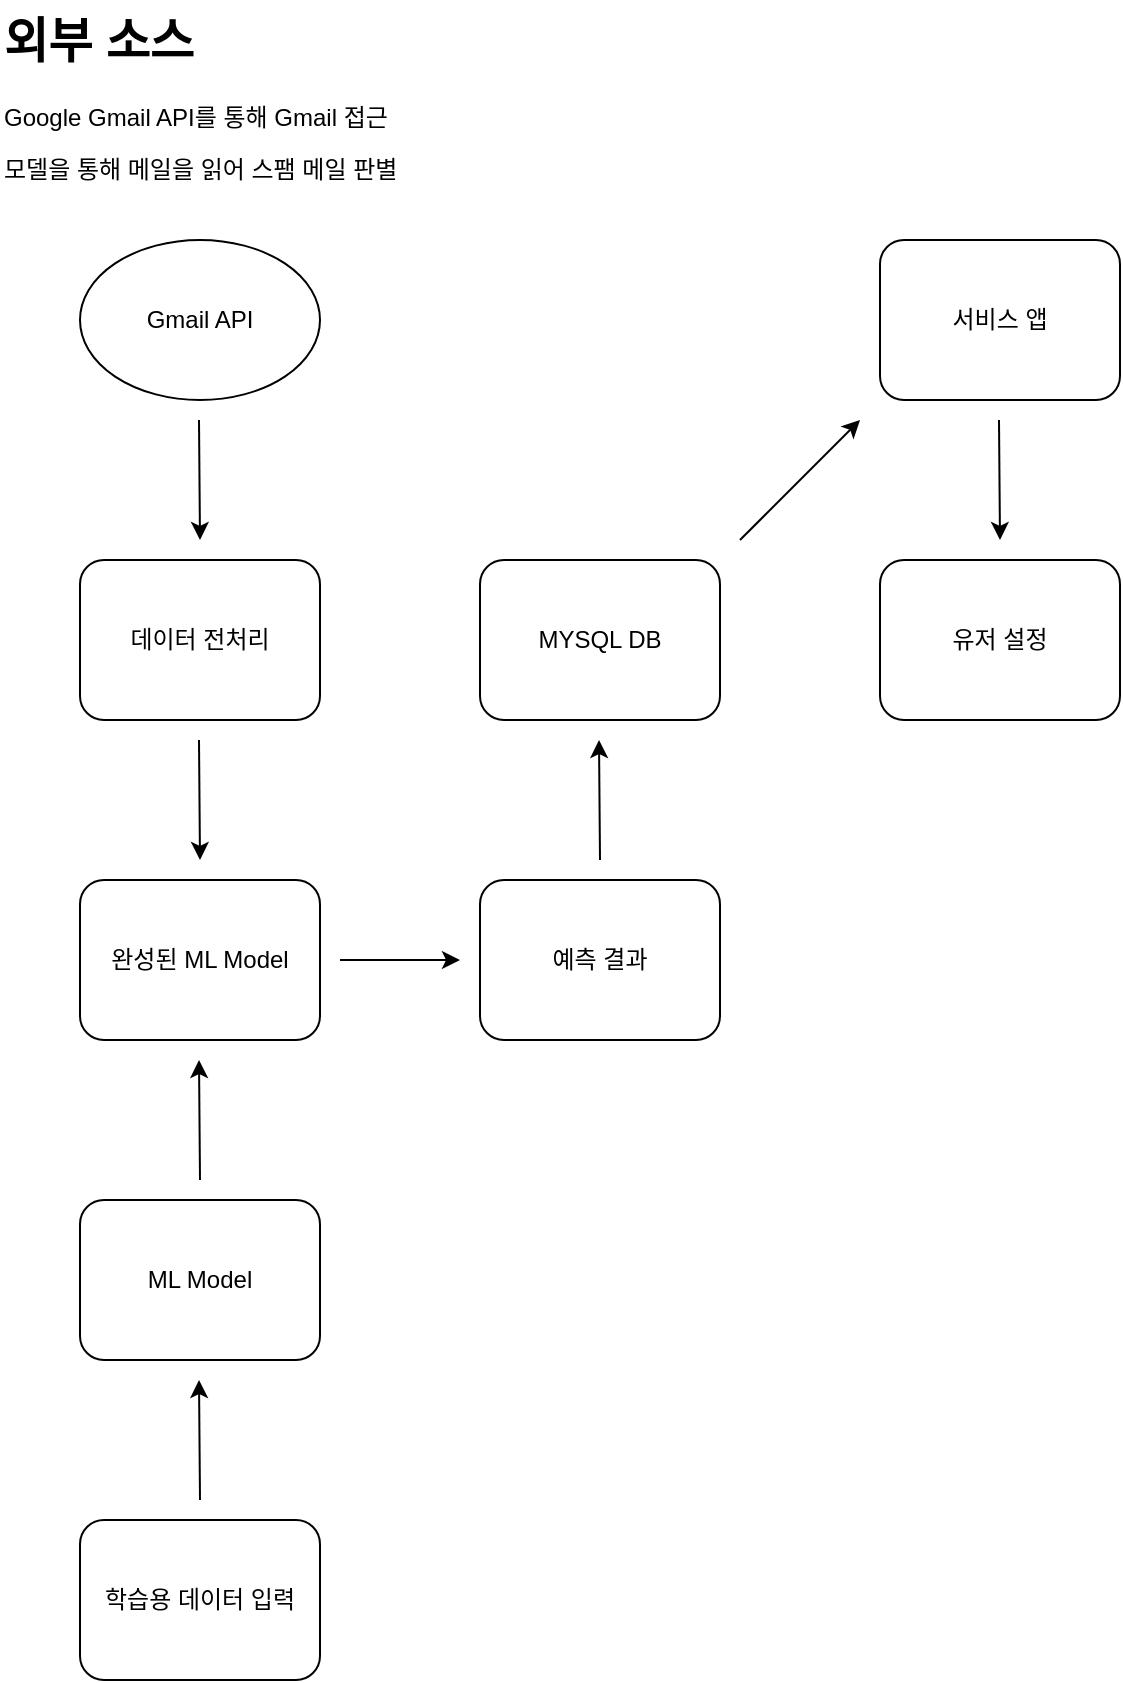
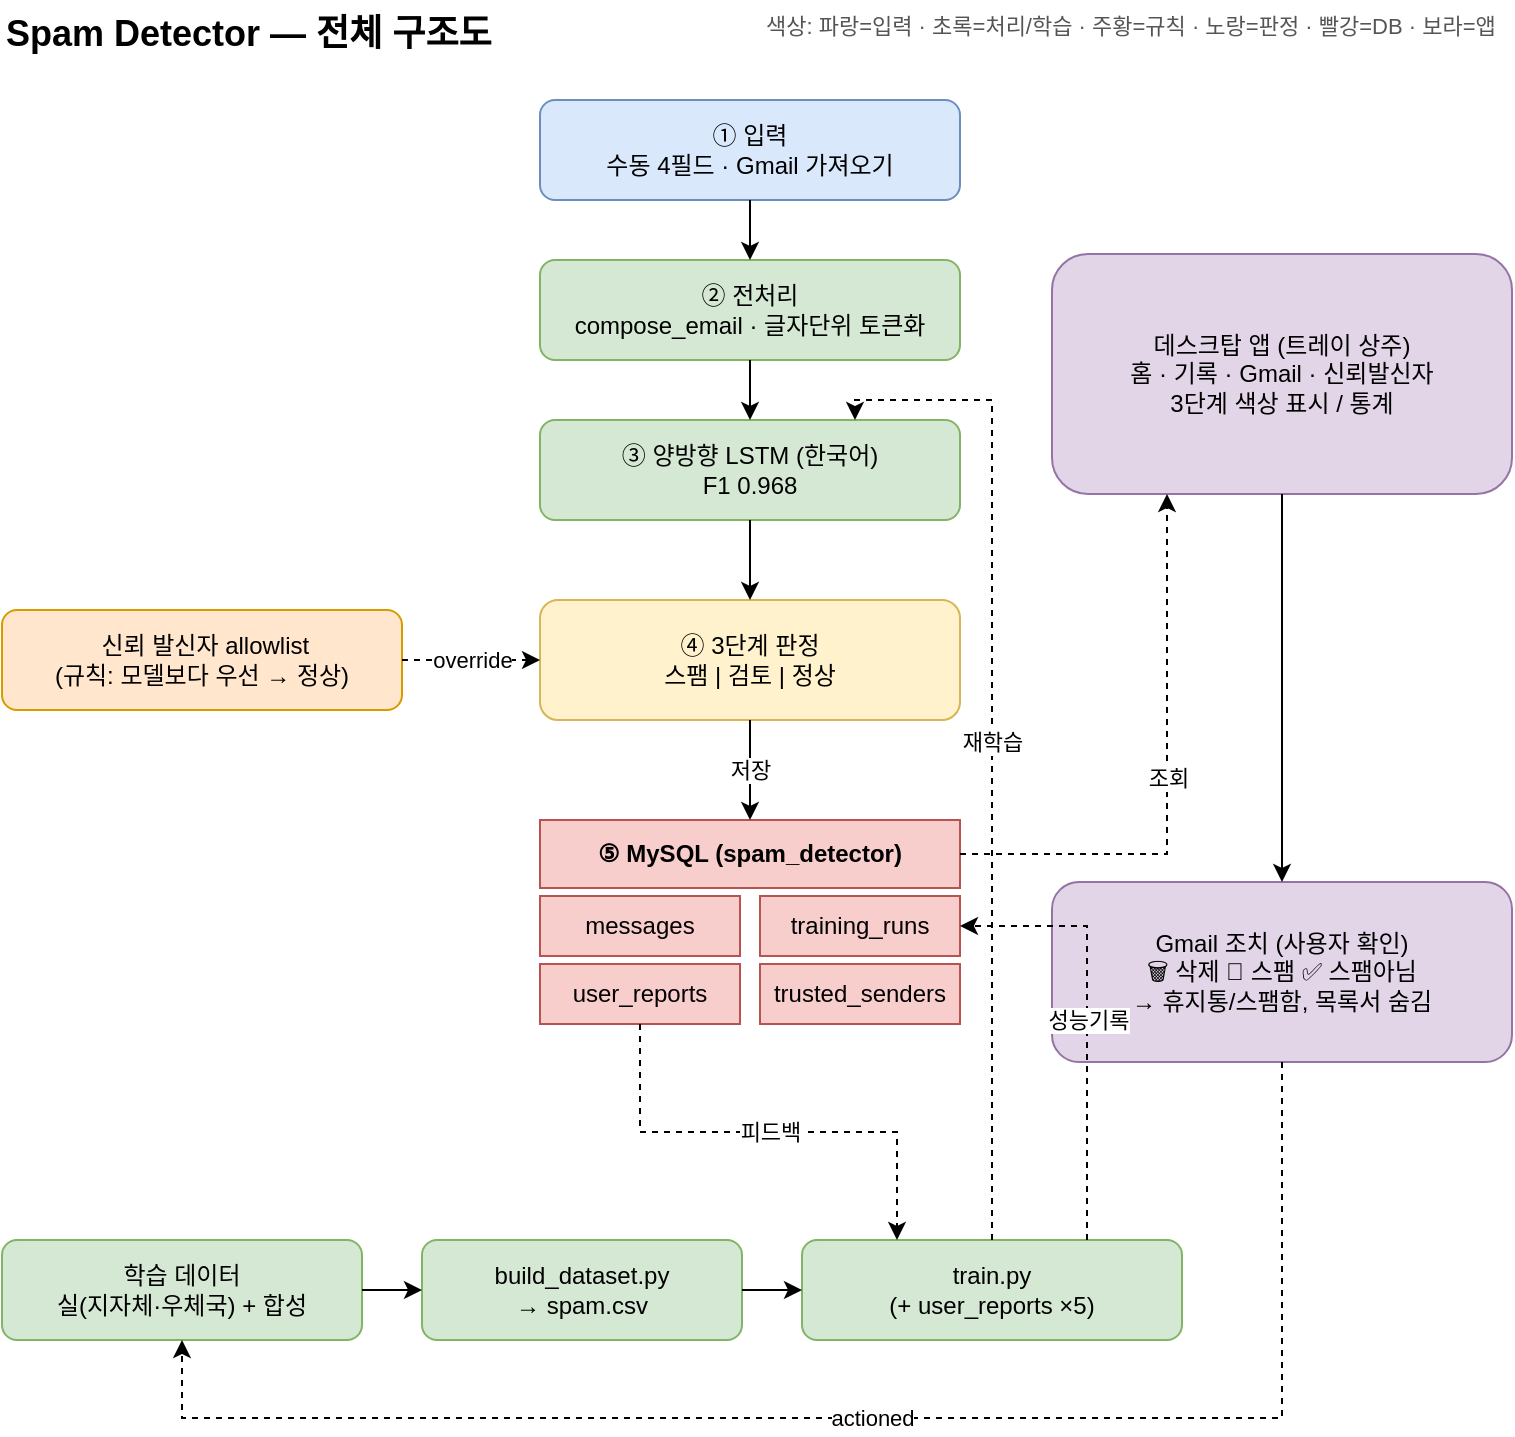
<mxfile host="app.diagrams.net">
-   <diagram name="페이지-1" id="yDhxoEpd2PvOGIBdKYYc">
-     <mxGraphModel dx="1542" dy="959" grid="1" gridSize="10" guides="1" tooltips="1" connect="1" arrows="1" fold="1" page="1" pageScale="1" pageWidth="827" pageHeight="1169" math="0" shadow="0">
+   <diagram name="전체 구조도(Planner)" id="arch_full_planner">
+     <mxGraphModel dx="1542" dy="959" grid="0" gridSize="10" guides="1" tooltips="1" connect="1" arrows="1" fold="1" page="1" pageScale="1" pageWidth="827" pageHeight="1169" math="0" shadow="0">
      <root>
        <mxCell id="0" />
        <mxCell id="1" parent="0" />
-         <mxCell id="jqrhiBhl4NZMeAQxvySw-12" parent="1" style="text;html=1;whiteSpace=wrap;overflow=hidden;rounded=0;" value="&lt;h1 style=&quot;margin-top: 0px;&quot;&gt;외부 소스&lt;/h1&gt;&lt;p&gt;Google Gmail API를 통해 Gmail 접근&amp;nbsp;&lt;br&gt;&lt;/p&gt;&lt;p&gt;모델을 통해 메일을 읽어 스팸 메일 판별&lt;br&gt;&lt;/p&gt;" vertex="1">
-           <mxGeometry height="120" width="210" x="40" y="40" as="geometry" />
+         <mxCell id="tt" parent="1" style="text;html=1;fontSize=18;fontStyle=1;" value="Spam Detector — 전체 구조도" vertex="1">
+           <mxGeometry height="30" width="420" x="40" y="20" as="geometry" />
        </mxCell>
-         <mxCell id="jqrhiBhl4NZMeAQxvySw-6" edge="1" parent="1" style="endArrow=classic;html=1;rounded=0;" value="">
-           <mxGeometry height="50" relative="1" width="50" as="geometry">
-             <mxPoint x="139.5" y="250" as="sourcePoint" />
-             <mxPoint x="140" y="310" as="targetPoint" />
+         <mxCell id="c_in" parent="1" style="rounded=1;whiteSpace=wrap;html=1;fillColor=#dae8fc;strokeColor=#6c8ebf;" value="① 입력&#xa;수동 4필드 · Gmail 가져오기" vertex="1">
+           <mxGeometry height="50" width="210" x="309" y="70" as="geometry" />
+         </mxCell>
+         <mxCell id="c_pre" parent="1" style="rounded=1;whiteSpace=wrap;html=1;fillColor=#d5e8d4;strokeColor=#82b366;" value="② 전처리&#xa;compose_email · 글자단위 토큰화" vertex="1">
+           <mxGeometry height="50" width="210" x="309" y="150" as="geometry" />
+         </mxCell>
+         <mxCell id="c_model" parent="1" style="rounded=1;whiteSpace=wrap;html=1;fillColor=#d5e8d4;strokeColor=#82b366;" value="③ 양방향 LSTM (한국어)&#xa;F1 0.968" vertex="1">
+           <mxGeometry height="50" width="210" x="309" y="230" as="geometry" />
+         </mxCell>
+         <mxCell id="c_rule" parent="1" style="rounded=1;whiteSpace=wrap;html=1;fillColor=#ffe6cc;strokeColor=#d79b00;" value="&amp;nbsp;신뢰 발신자 allowlist&lt;br&gt;(규칙: 모델보다 우선 → 정상)" vertex="1">
+           <mxGeometry height="50" width="200" x="40" y="325" as="geometry" />
+         </mxCell>
+         <mxCell id="c_decide" parent="1" style="rounded=1;whiteSpace=wrap;html=1;fillColor=#fff2cc;strokeColor=#d6b656;" value="④ 3단계 판정&lt;br&gt;스팸 | 검토 | 정상" vertex="1">
+           <mxGeometry height="60" width="210" x="309" y="320" as="geometry" />
+         </mxCell>
+         <mxCell id="c_dbh" parent="1" style="rounded=0;whiteSpace=wrap;html=1;fillColor=#f8cecc;strokeColor=#b85450;fontStyle=1;" value="⑤ MySQL  (spam_detector)" vertex="1">
+           <mxGeometry height="34" width="210" x="309" y="430" as="geometry" />
+         </mxCell>
+         <mxCell id="c_db1" parent="1" style="rounded=0;whiteSpace=wrap;html=1;fillColor=#f8cecc;strokeColor=#b85450;" value="messages" vertex="1">
+           <mxGeometry height="30" width="100" x="309" y="468" as="geometry" />
+         </mxCell>
+         <mxCell id="c_db2" parent="1" style="rounded=0;whiteSpace=wrap;html=1;fillColor=#f8cecc;strokeColor=#b85450;" value="training_runs" vertex="1">
+           <mxGeometry height="30" width="100" x="419" y="468" as="geometry" />
+         </mxCell>
+         <mxCell id="c_db3" parent="1" style="rounded=0;whiteSpace=wrap;html=1;fillColor=#f8cecc;strokeColor=#b85450;" value="user_reports" vertex="1">
+           <mxGeometry height="30" width="100" x="309" y="502" as="geometry" />
+         </mxCell>
+         <mxCell id="c_db4" parent="1" style="rounded=0;whiteSpace=wrap;html=1;fillColor=#f8cecc;strokeColor=#b85450;" value="trusted_senders" vertex="1">
+           <mxGeometry height="30" width="100" x="419" y="502" as="geometry" />
+         </mxCell>
+         <mxCell id="c_app" parent="1" style="rounded=1;whiteSpace=wrap;html=1;fillColor=#e1d5e7;strokeColor=#9673a6;" value="데스크탑 앱 (트레이 상주)&lt;br&gt;홈 · 기록 · Gmail · 신뢰발신자&lt;br&gt;3단계 색상 표시 / 통계" vertex="1">
+           <mxGeometry height="120" width="230" x="565" y="147" as="geometry" />
+         </mxCell>
+         <mxCell id="c_gact" parent="1" style="rounded=1;whiteSpace=wrap;html=1;fillColor=#e1d5e7;strokeColor=#9673a6;" value="Gmail 조치 (사용자 확인)&#xa;🗑️ 삭제  🚫 스팸  ✅ 스팸아님&#xa;→ 휴지통/스팸함, 목록서 숨김" vertex="1">
+           <mxGeometry height="90" width="230" x="565" y="461" as="geometry" />
+         </mxCell>
+         <mxCell id="c_tdata" parent="1" style="rounded=1;whiteSpace=wrap;html=1;fillColor=#d5e8d4;strokeColor=#82b366;" value="학습 데이터&#xa;실(지자체·우체국) + 합성" vertex="1">
+           <mxGeometry height="50" width="180" x="40" y="640" as="geometry" />
+         </mxCell>
+         <mxCell id="c_tbuild" parent="1" style="rounded=1;whiteSpace=wrap;html=1;fillColor=#d5e8d4;strokeColor=#82b366;" value="build_dataset.py&#xa;→ spam.csv" vertex="1">
+           <mxGeometry height="50" width="160" x="250" y="640" as="geometry" />
+         </mxCell>
+         <mxCell id="c_ttrain" parent="1" style="rounded=1;whiteSpace=wrap;html=1;fillColor=#d5e8d4;strokeColor=#82b366;" value="train.py&#xa;(+ user_reports ×5)" vertex="1">
+           <mxGeometry height="50" width="190" x="440" y="640" as="geometry" />
+         </mxCell>
+         <mxCell id="lg" parent="1" style="text;html=1;fontSize=11;fontColor=#555555;" value="색상: 파랑=입력 · 초록=처리/학습 · 주황=규칙 · 노랑=판정 · 빨강=DB · 보라=앱" vertex="1">
+           <mxGeometry height="20" width="375" x="420" y="20" as="geometry" />
+         </mxCell>
+         <mxCell id="e1" edge="1" parent="1" source="c_in" style="edgeStyle=orthogonalEdgeStyle;rounded=0;html=1;endArrow=classic;" target="c_pre">
+           <mxGeometry relative="1" as="geometry" />
+         </mxCell>
+         <mxCell id="e2" edge="1" parent="1" source="c_pre" style="edgeStyle=orthogonalEdgeStyle;rounded=0;html=1;endArrow=classic;" target="c_model">
+           <mxGeometry relative="1" as="geometry" />
+         </mxCell>
+         <mxCell id="e3" edge="1" parent="1" source="c_model" style="edgeStyle=orthogonalEdgeStyle;rounded=0;html=1;endArrow=classic;" target="c_decide">
+           <mxGeometry relative="1" as="geometry" />
+         </mxCell>
+         <mxCell id="e4" edge="1" parent="1" source="c_rule" style="edgeStyle=orthogonalEdgeStyle;rounded=0;html=1;endArrow=classic;dashed=1;exitX=1;exitY=0.5;exitDx=0;exitDy=0;entryX=0;entryY=0.5;entryDx=0;entryDy=0;" target="c_decide" value="override">
+           <mxGeometry relative="1" as="geometry">
+             <mxPoint x="459" y="161" as="sourcePoint" />
+             <mxPoint x="304" y="226" as="targetPoint" />
          </mxGeometry>
        </mxCell>
-         <mxCell id="jqrhiBhl4NZMeAQxvySw-7" parent="1" style="rounded=1;whiteSpace=wrap;html=1;fillColor=light-dark(#FFFFFF,#CCE5FF);fillStyle=auto;" value="완성된 ML Model" vertex="1">
-           <mxGeometry height="80" width="120" x="80" y="480" as="geometry" />
+         <mxCell id="e5" edge="1" parent="1" source="c_decide" style="edgeStyle=orthogonalEdgeStyle;rounded=0;html=1;endArrow=classic;" target="c_dbh" value="저장">
+           <mxGeometry relative="1" as="geometry" />
        </mxCell>
-         <mxCell id="jqrhiBhl4NZMeAQxvySw-8" parent="1" style="rounded=1;whiteSpace=wrap;html=1;" value="예측 결과" vertex="1">
-           <mxGeometry height="80" width="120" x="280" y="480" as="geometry" />
+         <mxCell id="e6" edge="1" parent="1" source="c_dbh" style="edgeStyle=orthogonalEdgeStyle;rounded=0;html=1;endArrow=classic;dashed=1;entryX=0.25;entryY=1;entryDx=0;entryDy=0;" target="c_app" value="조회">
+           <mxGeometry relative="1" as="geometry" />
        </mxCell>
-         <mxCell id="jqrhiBhl4NZMeAQxvySw-9" parent="1" style="ellipse;whiteSpace=wrap;html=1;fillColor=light-dark(#FFFFFF,#3498DB);" value="Gmail API" vertex="1">
-           <mxGeometry height="80" width="120" x="80" y="160" as="geometry" />
+         <mxCell id="e7" edge="1" parent="1" source="c_app" style="edgeStyle=orthogonalEdgeStyle;rounded=0;html=1;endArrow=classic;" target="c_gact">
+           <mxGeometry relative="1" as="geometry" />
        </mxCell>
-         <mxCell id="jqrhiBhl4NZMeAQxvySw-13" parent="1" style="rounded=1;whiteSpace=wrap;html=1;" value="MYSQL DB" vertex="1">
-           <mxGeometry height="80" width="120" x="280" y="320" as="geometry" />
-         </mxCell>
-         <mxCell id="jqrhiBhl4NZMeAQxvySw-15" parent="1" style="rounded=1;whiteSpace=wrap;html=1;" value="서비스 앱" vertex="1">
-           <mxGeometry height="80" width="120" x="480" y="160" as="geometry" />
-         </mxCell>
-         <mxCell id="jqrhiBhl4NZMeAQxvySw-16" edge="1" parent="1" style="endArrow=classic;html=1;rounded=0;" value="">
-           <mxGeometry height="50" relative="1" width="50" as="geometry">
+         <mxCell id="e8" edge="1" parent="1" source="c_gact" style="edgeStyle=orthogonalEdgeStyle;rounded=0;html=1;endArrow=classic;dashed=1;exitX=0.5;exitY=1;exitDx=0;exitDy=0;entryX=0.5;entryY=1;entryDx=0;entryDy=0;" target="c_tdata" value="actioned">
+           <mxGeometry relative="1" as="geometry">
            <Array as="points">
-               <mxPoint x="440" y="280" />
+               <mxPoint x="680" y="729" />
+               <mxPoint x="130" y="729" />
            </Array>
-             <mxPoint x="410" y="310" as="sourcePoint" />
-             <mxPoint x="470" y="250" as="targetPoint" />
+             <mxPoint x="114" y="712" as="targetPoint" />
          </mxGeometry>
        </mxCell>
-         <mxCell id="jqrhiBhl4NZMeAQxvySw-18" parent="1" style="rounded=1;whiteSpace=wrap;html=1;" value="유저 설정" vertex="1">
-           <mxGeometry height="80" width="120" x="480" y="320" as="geometry" />
-         </mxCell>
-         <mxCell id="jqrhiBhl4NZMeAQxvySw-19" edge="1" parent="1" style="endArrow=classic;html=1;rounded=0;" value="">
-           <mxGeometry height="50" relative="1" width="50" as="geometry">
-             <mxPoint x="539.5" y="250" as="sourcePoint" />
-             <mxPoint x="540" y="310" as="targetPoint" />
+         <mxCell id="e9" edge="1" parent="1" source="c_db3" style="edgeStyle=orthogonalEdgeStyle;rounded=0;html=1;endArrow=classic;dashed=1;exitX=0.5;exitY=1;exitDx=0;exitDy=0;entryX=0.25;entryY=0;entryDx=0;entryDy=0;" target="c_ttrain" value="피드백">
+           <mxGeometry relative="1" as="geometry">
+             <mxPoint x="456" y="632" as="targetPoint" />
          </mxGeometry>
        </mxCell>
-         <mxCell id="jqrhiBhl4NZMeAQxvySw-23" parent="1" style="rounded=1;whiteSpace=wrap;html=1;fillColor=light-dark(#FFFFFF,#CCE5FF);fillStyle=auto;" value="데이터 전처리" vertex="1">
-           <mxGeometry height="80" width="120" x="80" y="320" as="geometry" />
+         <mxCell id="e10" edge="1" parent="1" source="c_tdata" style="edgeStyle=orthogonalEdgeStyle;rounded=0;html=1;endArrow=classic;" target="c_tbuild">
+           <mxGeometry relative="1" as="geometry" />
        </mxCell>
-         <mxCell id="jqrhiBhl4NZMeAQxvySw-24" parent="1" style="rounded=1;whiteSpace=wrap;html=1;fillColor=light-dark(#FFFFFF,#CCE5FF);fillStyle=auto;" value="학습용 데이터 입력" vertex="1">
-           <mxGeometry height="80" width="120" x="80" y="800" as="geometry" />
+         <mxCell id="e11" edge="1" parent="1" source="c_tbuild" style="edgeStyle=orthogonalEdgeStyle;rounded=0;html=1;endArrow=classic;" target="c_ttrain">
+           <mxGeometry relative="1" as="geometry" />
        </mxCell>
-         <mxCell id="jqrhiBhl4NZMeAQxvySw-25" edge="1" parent="1" style="endArrow=classic;html=1;rounded=0;" value="">
-           <mxGeometry height="50" relative="1" width="50" as="geometry">
-             <mxPoint x="139.5" y="410" as="sourcePoint" />
-             <mxPoint x="140" y="470" as="targetPoint" />
-           </mxGeometry>
+         <mxCell id="e12" edge="1" parent="1" source="c_ttrain" style="edgeStyle=orthogonalEdgeStyle;rounded=0;html=1;endArrow=classic;dashed=1;exitX=0.5;exitY=0;exitDx=0;exitDy=0;entryX=0.75;entryY=0;entryDx=0;entryDy=0;" target="c_model" value="재학습">
+           <mxGeometry relative="1" as="geometry" />
        </mxCell>
-         <mxCell id="jqrhiBhl4NZMeAQxvySw-26" edge="1" parent="1" style="endArrow=classic;html=1;rounded=0;" value="">
-           <mxGeometry height="50" relative="1" width="50" as="geometry">
-             <mxPoint x="140" y="630" as="sourcePoint" />
-             <mxPoint x="139.5" y="570" as="targetPoint" />
-           </mxGeometry>
-         </mxCell>
-         <mxCell id="jqrhiBhl4NZMeAQxvySw-27" edge="1" parent="1" style="endArrow=classic;html=1;rounded=0;" value="">
-           <mxGeometry height="50" relative="1" width="50" as="geometry">
-             <mxPoint x="210" y="520" as="sourcePoint" />
-             <mxPoint x="270" y="520" as="targetPoint" />
-           </mxGeometry>
-         </mxCell>
-         <mxCell id="jqrhiBhl4NZMeAQxvySw-29" parent="1" style="rounded=1;whiteSpace=wrap;html=1;fillColor=light-dark(#FFFFFF,#CCE5FF);fillStyle=auto;" value="ML Model" vertex="1">
-           <mxGeometry height="80" width="120" x="80" y="640" as="geometry" />
-         </mxCell>
-         <mxCell id="jqrhiBhl4NZMeAQxvySw-30" edge="1" parent="1" style="endArrow=classic;html=1;rounded=0;" value="">
-           <mxGeometry height="50" relative="1" width="50" as="geometry">
-             <mxPoint x="340" y="470" as="sourcePoint" />
-             <mxPoint x="339.5" y="410" as="targetPoint" />
-           </mxGeometry>
-         </mxCell>
-         <mxCell id="jqrhiBhl4NZMeAQxvySw-31" edge="1" parent="1" style="endArrow=classic;html=1;rounded=0;" value="">
-           <mxGeometry height="50" relative="1" width="50" as="geometry">
-             <mxPoint x="140" y="790" as="sourcePoint" />
-             <mxPoint x="139.5" y="730" as="targetPoint" />
+         <mxCell id="e13" edge="1" parent="1" source="c_ttrain" style="edgeStyle=orthogonalEdgeStyle;rounded=0;html=1;endArrow=classic;dashed=1;entryX=1;entryY=0.5;entryDx=0;entryDy=0;exitX=0.75;exitY=0;exitDx=0;exitDy=0;" target="c_db2" value="성능기록">
+           <mxGeometry relative="1" as="geometry">
+             <mxPoint x="627" y="613" as="sourcePoint" />
          </mxGeometry>
        </mxCell>
      </root>
    </mxGraphModel>
  </diagram>
</mxfile>
